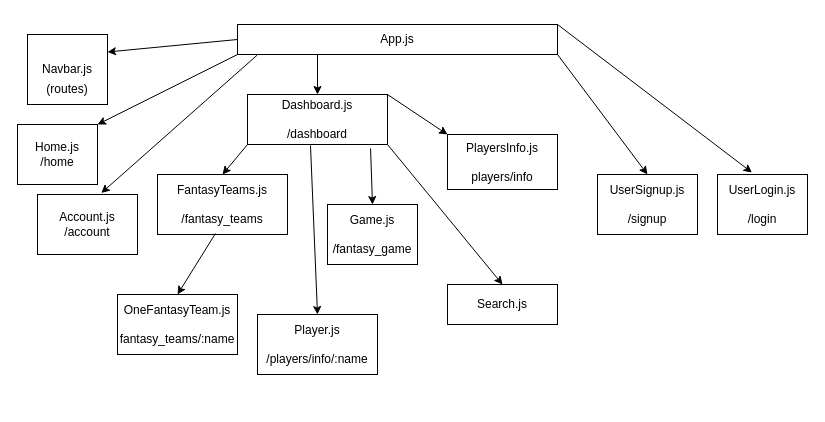
Above: ReactTree.drawio in dxyz773/Flatiron_Gang (draw.io), before the change. Source tidied: cells renumbered, new cells numbered last; positions are measured from the earlier drawing's top-left corner, leaving out a move shared by most shapes. Both pictures are drawn from the tidied source at 100%, with x=0, y=0 at pixel (17, 24).
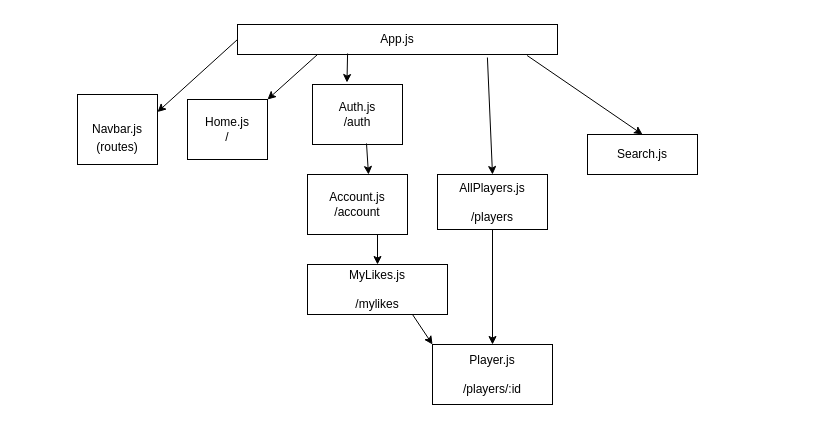
Above is the later version.

Commit message (it also covers changes not shown here):
Add app description and Add react_tree

The change refers to these unchanged cells:
```xml
<mxCell id="2" value="App.js" style="whiteSpace=wrap;html=1;" parent="1" vertex="1">
  <mxGeometry x="220" width="320" height="30" as="geometry" />
</mxCell>
```

What changed in the source:
```diff
@@
     <mxCell id="3" value="Navbar.js" style="whiteSpace=wrap;html=1;" parent="1" vertex="1">
-      <mxGeometry x="10" y="10" width="80" height="70" as="geometry" />
+      <mxGeometry x="60" y="70" width="80" height="70" as="geometry" />
     </mxCell>
-    <mxCell id="4" value="Home.js&lt;br&gt;/home" style="whiteSpace=wrap;html=1;" parent="1" vertex="1">
-      <mxGeometry y="100" width="80" height="60" as="geometry" />
+    <mxCell id="4" value="Home.js&lt;br&gt;/" style="whiteSpace=wrap;html=1;" parent="1" vertex="1">
+      <mxGeometry x="170" y="75" width="80" height="60" as="geometry" />
     </mxCell>
     <mxCell id="5" value="Account.js&lt;br&gt;/account" style="whiteSpace=wrap;html=1;" parent="1" vertex="1">
-      <mxGeometry x="20" y="170" width="100" height="60" as="geometry" />
+      <mxGeometry x="290" y="150" width="100" height="60" as="geometry" />
     </mxCell>
+    <mxCell id="28" style="edgeStyle=none;html=1;exitX=0.75;exitY=1;exitDx=0;exitDy=0;entryX=0;entryY=0;entryDx=0;entryDy=0;" parent="1" edge="1" source="6" target="17">
+      <mxGeometry relative="1" as="geometry" />
+    </mxCell>
-    <mxCell id="6" value="Dashboard.js&lt;br&gt;&lt;br&gt;/dashboard" style="whiteSpace=wrap;html=1;" parent="1" vertex="1">
-      <mxGeometry x="230" y="70" width="140" height="50" as="geometry" />
+    <mxCell id="6" value="MyLikes.js&lt;br&gt;&lt;br&gt;/mylikes" style="whiteSpace=wrap;html=1;" parent="1" vertex="1">
+      <mxGeometry x="290" y="240" width="140" height="50" as="geometry" />
     </mxCell>
-    <mxCell id="7" value="OneFantasyTeam.js&lt;br&gt;&lt;br&gt;fantasy_teams/:name" style="whiteSpace=wrap;html=1;" parent="1" vertex="1">
-      <mxGeometry x="100" y="270" width="120" height="60" as="geometry" />
-    </mxCell>
-    <mxCell id="8" value="UserSignup.js&lt;br&gt;&lt;br&gt;/signup" style="whiteSpace=wrap;html=1;" parent="1" vertex="1">
-      <mxGeometry x="580" y="150" width="100" height="60" as="geometry" />
-    </mxCell>
-    <mxCell id="9" value="FantasyTeams.js&lt;br&gt;&lt;br&gt;/fantasy_teams" style="whiteSpace=wrap;html=1;" parent="1" vertex="1">
-      <mxGeometry x="140" y="150" width="130" height="60" as="geometry" />
-    </mxCell>
-    <mxCell id="10" value="UserLogin.js&lt;br&gt;&lt;br&gt;/login" style="whiteSpace=wrap;html=1;" parent="1" vertex="1">
-      <mxGeometry x="700" y="150" width="90" height="60" as="geometry" />
+    <mxCell id="10" value="Auth.js&lt;br&gt;/auth" style="whiteSpace=wrap;html=1;" parent="1" vertex="1">
+      <mxGeometry x="295" y="60" width="90" height="60" as="geometry" />
     </mxCell>
     <mxCell id="11" value="(routes)" style="text;html=1;strokeColor=none;fillColor=none;align=center;verticalAlign=middle;whiteSpace=wrap;rounded=0;" parent="1" vertex="1">
-      <mxGeometry x="20" y="50" width="60" height="30" as="geometry" />
+      <mxGeometry x="70" y="107.5" width="60" height="30" as="geometry" />
     </mxCell>
@@
-    <mxCell id="13" style="endArrow=classic;html=1;entryX=1;entryY=0;entryDx=0;entryDy=0;exitX=0;exitY=1;exitDx=0;exitDy=0;" parent="1" edge="1" source="2" target="4">
+    <mxCell id="13" style="endArrow=classic;html=1;entryX=1;entryY=0;entryDx=0;entryDy=0;exitX=0.25;exitY=1;exitDx=0;exitDy=0;" parent="1" edge="1" source="2" target="4">
       <mxGeometry relative="1" as="geometry" />
     </mxCell>
-    <mxCell id="14" style="endArrow=classic;html=1;exitX=0.061;exitY=1.025;exitDx=0;exitDy=0;exitPerimeter=0;entryX=0.638;entryY=-0.025;entryDx=0;entryDy=0;entryPerimeter=0;" parent="1" edge="1" source="2" target="5">
+    <mxCell id="14" style="endArrow=classic;html=1;entryX=0.61;entryY=0;entryDx=0;entryDy=0;entryPerimeter=0;exitX=0.6;exitY=0.983;exitDx=0;exitDy=0;exitPerimeter=0;" parent="1" edge="1" source="10" target="5">
       <mxGeometry relative="1" as="geometry" />
     </mxCell>
-    <mxCell id="15" style="endArrow=classic;html=1;entryX=0.5;entryY=0;entryDx=0;entryDy=0;exitX=0.25;exitY=1;exitDx=0;exitDy=0;" parent="1" edge="1" source="2" target="6">
-      <mxGeometry relative="1" as="geometry" />
+    <mxCell id="15" style="endArrow=classic;html=1;entryX=0.5;entryY=0;entryDx=0;entryDy=0;" parent="1" edge="1" target="6">
+      <mxGeometry relative="1" as="geometry">
+        <mxPoint x="360" y="210" as="sourcePoint" />
+      </mxGeometry>
     </mxCell>
-    <mxCell id="16" style="endArrow=classic;html=1;entryX=0.5;entryY=0;entryDx=0;entryDy=0;exitX=0.446;exitY=0.983;exitDx=0;exitDy=0;exitPerimeter=0;" parent="1" edge="1" source="9" target="7">
-      <mxGeometry relative="1" as="geometry" />
-    </mxCell>
-    <mxCell id="17" value="Player.js&lt;br&gt;&lt;br&gt;/players/info/:name" style="whiteSpace=wrap;html=1;" parent="1" vertex="1">
-      <mxGeometry x="240" y="290" width="120" height="60" as="geometry" />
+    <mxCell id="17" value="Player.js&lt;br&gt;&lt;br&gt;/players/:id" style="whiteSpace=wrap;html=1;" parent="1" vertex="1">
+      <mxGeometry x="415" y="320" width="120" height="60" as="geometry" />
     </mxCell>
     <mxCell id="18" value="Search.js" style="whiteSpace=wrap;html=1;" parent="1" vertex="1">
-      <mxGeometry x="430" y="260" width="110" height="40" as="geometry" />
+      <mxGeometry x="570" y="110" width="110" height="40" as="geometry" />
     </mxCell>
-    <mxCell id="19" value="PlayersInfo.js&lt;br&gt;&lt;br&gt;players/info" style="whiteSpace=wrap;html=1;" parent="1" vertex="1">
-      <mxGeometry x="430" y="110" width="110" height="55" as="geometry" />
+    <mxCell id="19" value="AllPlayers.js&lt;br&gt;&lt;br&gt;/players" style="whiteSpace=wrap;html=1;" parent="1" vertex="1">
+      <mxGeometry x="420" y="150" width="110" height="55" as="geometry" />
     </mxCell>
-    <mxCell id="20" value="Game.js&lt;br&gt;&lt;br&gt;/fantasy_game" style="whiteSpace=wrap;html=1;" parent="1" vertex="1">
-      <mxGeometry x="310" y="180" width="90" height="60" as="geometry" />
-    </mxCell>
-    <mxCell id="21" style="endArrow=classic;html=1;entryX=0.383;entryY=-0.033;entryDx=0;entryDy=0;entryPerimeter=0;exitX=1;exitY=0;exitDx=0;exitDy=0;" parent="1" edge="1" source="2" target="10">
+    <mxCell id="21" style="endArrow=classic;html=1;entryX=0.383;entryY=-0.033;entryDx=0;entryDy=0;entryPerimeter=0;exitX=0.344;exitY=0.967;exitDx=0;exitDy=0;exitPerimeter=0;" parent="1" edge="1" source="2" target="10">
       <mxGeometry relative="1" as="geometry" />
     </mxCell>
-    <mxCell id="22" style="endArrow=classic;html=1;entryX=0.5;entryY=0;entryDx=0;entryDy=0;exitX=1;exitY=1;exitDx=0;exitDy=0;" parent="1" edge="1" source="2" target="8">
-      <mxGeometry relative="1" as="geometry" />
-    </mxCell>
-    <mxCell id="23" style="endArrow=classic;html=1;entryX=0.5;entryY=0;entryDx=0;entryDy=0;exitX=0;exitY=1;exitDx=0;exitDy=0;" parent="1" edge="1" source="6" target="9">
-      <mxGeometry relative="1" as="geometry" />
-    </mxCell>
-    <mxCell id="24" style="endArrow=classic;html=1;entryX=0;entryY=0;entryDx=0;entryDy=0;exitX=1;exitY=0;exitDx=0;exitDy=0;" parent="1" edge="1" source="6" target="19">
+    <mxCell id="24" style="endArrow=classic;html=1;entryX=0.5;entryY=0;entryDx=0;entryDy=0;exitX=0.781;exitY=1.1;exitDx=0;exitDy=0;exitPerimeter=0;" parent="1" edge="1" source="2" target="19">
       <mxGeometry relative="1" as="geometry" />
     </mxCell>
-    <mxCell id="25" style="endArrow=classic;html=1;entryX=0.5;entryY=0;entryDx=0;entryDy=0;exitX=1;exitY=1;exitDx=0;exitDy=0;" parent="1" edge="1" source="6" target="18">
+    <mxCell id="25" style="endArrow=classic;html=1;entryX=0.5;entryY=0;entryDx=0;entryDy=0;exitX=0.905;exitY=1.033;exitDx=0;exitDy=0;exitPerimeter=0;" parent="1" edge="1" source="2" target="18">
       <mxGeometry relative="1" as="geometry" />
     </mxCell>
-    <mxCell id="26" style="endArrow=classic;html=1;entryX=0.5;entryY=0;entryDx=0;entryDy=0;exitX=0.879;exitY=1.08;exitDx=0;exitDy=0;exitPerimeter=0;" parent="1" edge="1" source="6" target="20">
-      <mxGeometry relative="1" as="geometry" />
-    </mxCell>
-    <mxCell id="27" style="endArrow=classic;html=1;entryX=0.5;entryY=0;entryDx=0;entryDy=0;exitX=0.45;exitY=1.02;exitDx=0;exitDy=0;exitPerimeter=0;" parent="1" edge="1" source="6" target="17">
+    <mxCell id="27" style="endArrow=classic;html=1;entryX=0.5;entryY=0;entryDx=0;entryDy=0;exitX=0.5;exitY=1;exitDx=0;exitDy=0;" parent="1" edge="1" source="19" target="17">
       <mxGeometry relative="1" as="geometry" />
     </mxCell>
```
